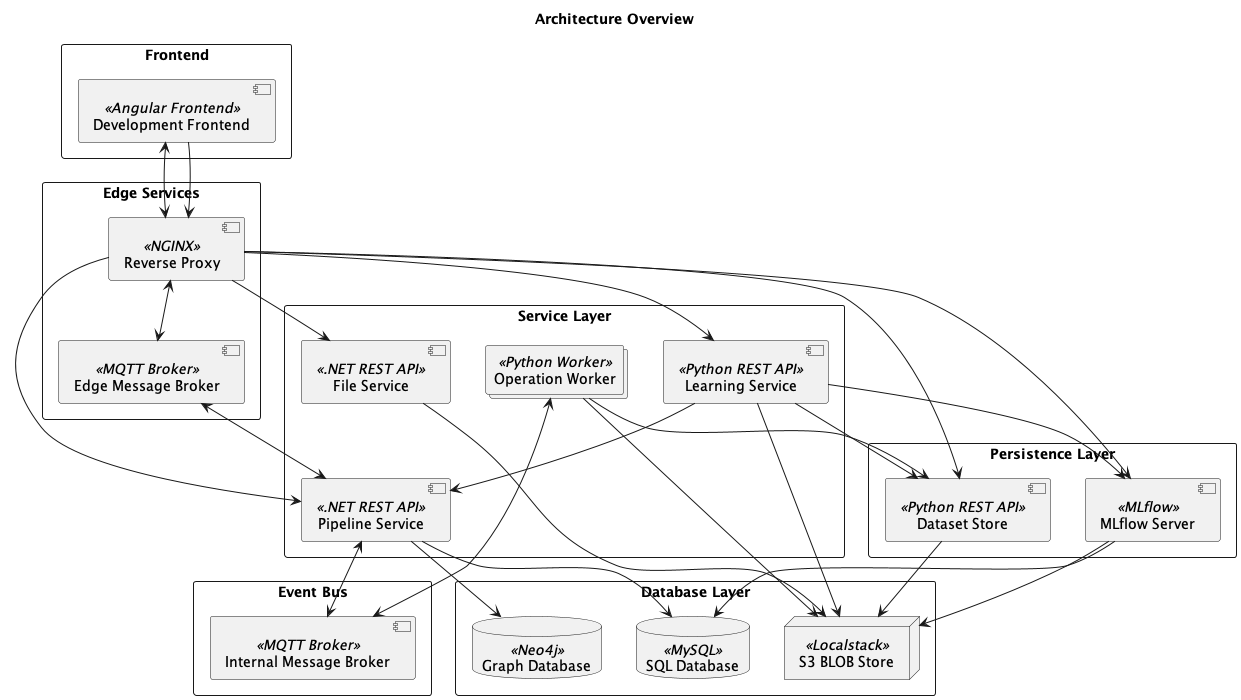
Earlier version of the PlantUML export docs/architecture/overview.png (project-hanse/prototype-a).
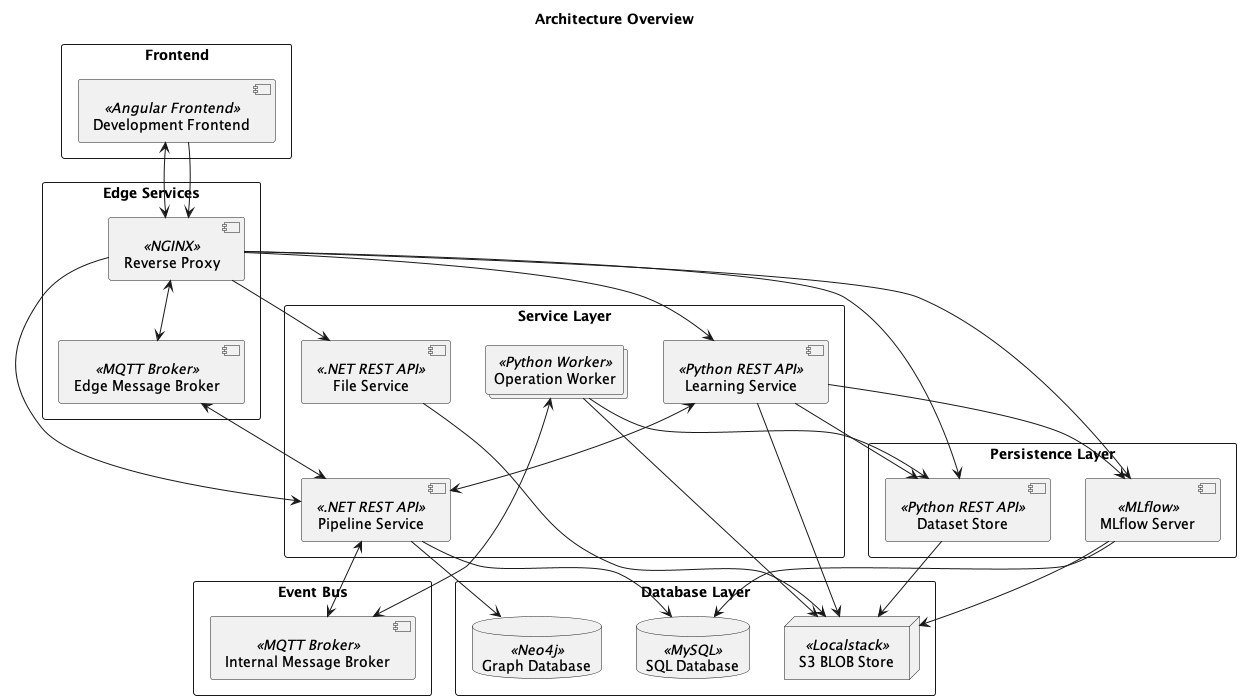
Above is the later version.

Commit message:
chore(pipeline-service): trigger model training after processing a batch of pipeline candidates

Diff of the diagram source:
```diff
@@ -47,7 +47,7 @@
 
 learning_service --> mlflow_server
 learning_service --> dataset_store
-learning_service --> pipeline_service
+learning_service <--> pipeline_service
 learning_service --> blob_store
 
 pipeline_service --> graph_db
```
